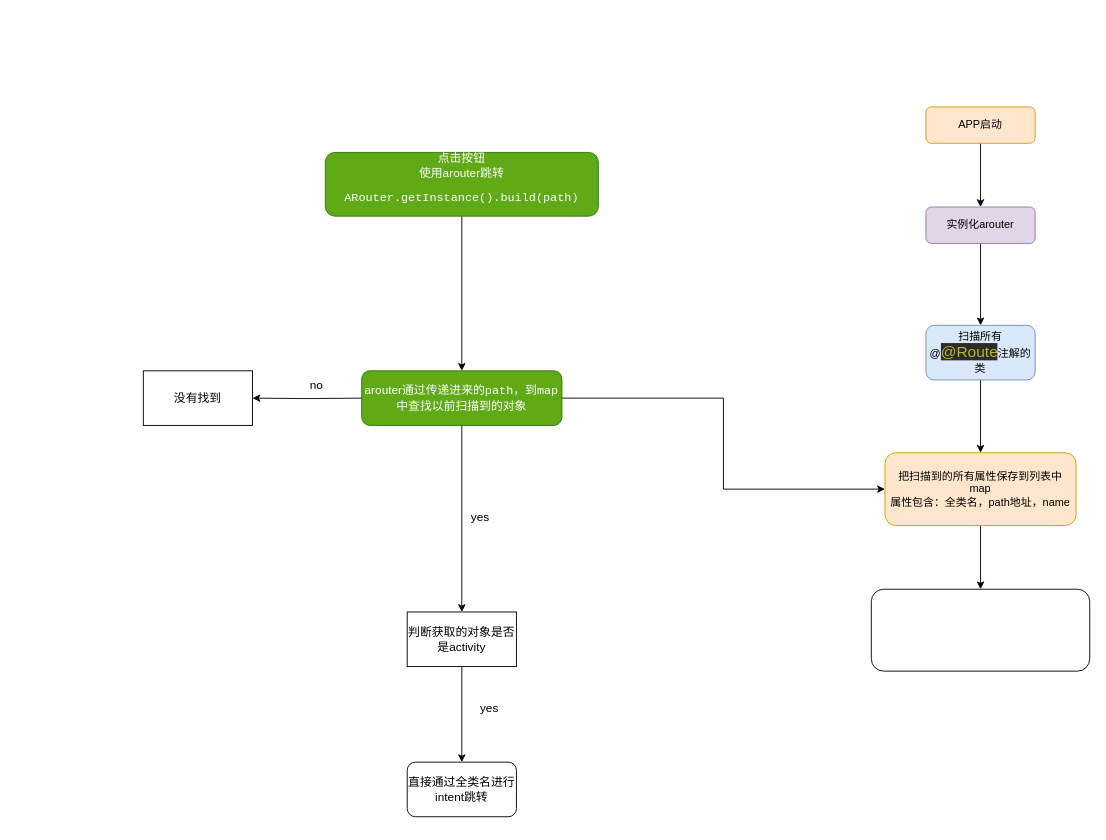
The draw.io diagram 未命名绘图.drawio in lexluthors/untitled1, before the edit. Source tidied: cells renumbered, new cells numbered last; positions are measured from the earlier drawing's top-left corner, leaving out a move shared by most shapes. Both pictures are drawn from the tidied source at 91%, with x=0, y=0 at pixel (143, 106).
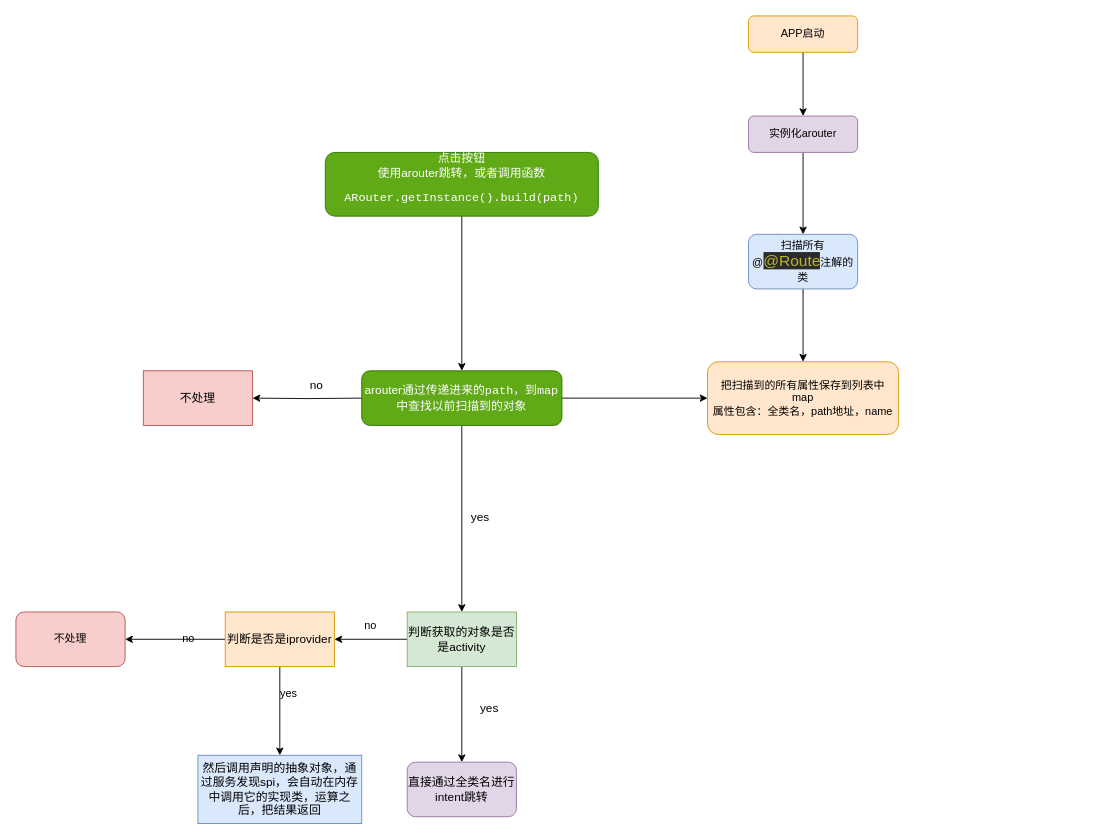
Above is the later version.

Commit message:
更新未命名绘图.drawio

Change to the diagram source:
```diff
@@
     <mxCell id="3" value="APP启动" style="rounded=1;whiteSpace=wrap;html=1;fontSize=12;glass=0;strokeWidth=1;shadow=0;fillColor=#ffe6cc;strokeColor=#d79b00;" parent="1" vertex="1">
-      <mxGeometry x="860" width="120" height="40" as="geometry" />
+      <mxGeometry x="665" y="-100" width="120" height="40" as="geometry" />
     </mxCell>
@@
     <mxCell id="5" value="实例化arouter" style="rounded=1;whiteSpace=wrap;html=1;fontSize=12;glass=0;strokeWidth=1;shadow=0;fillColor=#e1d5e7;strokeColor=#9673a6;" parent="1" vertex="1">
-      <mxGeometry x="860" y="110" width="120" height="40" as="geometry" />
+      <mxGeometry x="665" y="10" width="120" height="40" as="geometry" />
     </mxCell>
@@
     <mxCell id="7" value="扫描所有@&lt;span style=&quot;color: rgb(187 , 181 , 41) ; background-color: rgb(43 , 43 , 43) ; font-size: 12.8pt&quot;&gt;@Route&lt;/span&gt;&lt;span style=&quot;font-family: &amp;#34;helvetica&amp;#34;&quot;&gt;注解的类&lt;/span&gt;" style="rounded=1;whiteSpace=wrap;html=1;fillColor=#dae8fc;strokeColor=#6c8ebf;" parent="1" vertex="1">
-      <mxGeometry x="860" y="240" width="120" height="60" as="geometry" />
+      <mxGeometry x="665" y="140" width="120" height="60" as="geometry" />
     </mxCell>
-    <mxCell id="8" style="edgeStyle=orthogonalEdgeStyle;rounded=0;jettySize=auto;html=1;" parent="1" edge="1" source="9" target="10">
-      <mxGeometry relative="1" as="geometry" />
-    </mxCell>
     <mxCell id="9" value="把扫描到的所有属性保存到列表中&lt;br&gt;map&lt;br&gt;属性包含：全类名，path地址，name" style="whiteSpace=wrap;html=1;rounded=1;fillColor=#ffe6cc;strokeColor=#d79b00;" parent="1" vertex="1">
-      <mxGeometry x="815" y="380" width="210" height="80" as="geometry" />
+      <mxGeometry x="620" y="280" width="210" height="80" as="geometry" />
     </mxCell>
-    <mxCell id="10" style="whiteSpace=wrap;html=1;rounded=1;" parent="1" vertex="1">
-      <mxGeometry x="800" y="530" width="240" height="90" as="geometry" />
-    </mxCell>
@@
-    <mxCell id="12" value="点击按钮&lt;br style=&quot;font-size: 13px&quot;&gt;使用arouter跳转&lt;br style=&quot;font-size: 13px&quot;&gt;&lt;pre style=&quot;font-family: &amp;#34;jetbrains mono&amp;#34; , monospace ; font-size: 13px&quot;&gt;ARouter.getInstance().build(path)&lt;/pre&gt;" style="rounded=1;whiteSpace=wrap;html=1;fontSize=13;fillColor=#60a917;fontColor=#ffffff;strokeColor=#2D7600;" parent="1" vertex="1">
+    <mxCell id="12" value="点击按钮&lt;br style=&quot;font-size: 13px&quot;&gt;使用arouter跳转，或者调用函数&lt;br style=&quot;font-size: 13px&quot;&gt;&lt;pre style=&quot;font-family: &amp;#34;jetbrains mono&amp;#34; , monospace ; font-size: 13px&quot;&gt;ARouter.getInstance().build(path)&lt;/pre&gt;" style="rounded=1;whiteSpace=wrap;html=1;fontSize=13;fillColor=#60a917;fontColor=#ffffff;strokeColor=#2D7600;" parent="1" vertex="1">
       <mxGeometry x="200" y="50" width="300" height="70" as="geometry" />
     </mxCell>
@@
+    <mxCell id="24" style="edgeStyle=orthogonalEdgeStyle;rounded=0;jettySize=auto;html=1;" parent="1" edge="1" source="18" target="27">
+      <mxGeometry relative="1" as="geometry" />
+    </mxCell>
-    <mxCell id="18" value="判断获取的对象是否是activity" style="whiteSpace=wrap;html=1;fontSize=13;fontColor=#000000;labelBackgroundColor=none;" parent="1" vertex="1">
+    <mxCell id="18" value="判断获取的对象是否是activity" style="whiteSpace=wrap;html=1;fontSize=13;labelBackgroundColor=none;fillColor=#d5e8d4;strokeColor=#82b366;" parent="1" vertex="1">
       <mxGeometry x="290" y="555" width="120" height="60" as="geometry" />
     </mxCell>
-    <mxCell id="19" value="没有找到" style="whiteSpace=wrap;html=1;fontSize=13;fontColor=#000000;labelBackgroundColor=none;" parent="1" vertex="1">
+    <mxCell id="19" value="不处理" style="whiteSpace=wrap;html=1;fontSize=13;labelBackgroundColor=none;fillColor=#f8cecc;strokeColor=#b85450;" parent="1" vertex="1">
       <mxGeometry y="290" width="120" height="60" as="geometry" />
     </mxCell>
@@
-    <mxCell id="22" value="直接通过全类名进行intent跳转" style="rounded=1;whiteSpace=wrap;html=1;labelBackgroundColor=none;fontSize=13;fontColor=#000000;" parent="1" vertex="1">
+    <mxCell id="22" value="直接通过全类名进行intent跳转" style="rounded=1;whiteSpace=wrap;html=1;labelBackgroundColor=none;fontSize=13;fillColor=#e1d5e7;strokeColor=#9673a6;" parent="1" vertex="1">
       <mxGeometry x="290" y="720" width="120" height="60" as="geometry" />
     </mxCell>
@@
+    <mxCell id="25" style="edgeStyle=orthogonalEdgeStyle;rounded=0;jettySize=auto;html=1;" parent="1" edge="1" source="27" target="29">
+      <mxGeometry relative="1" as="geometry" />
+    </mxCell>
+    <mxCell id="26" style="edgeStyle=orthogonalEdgeStyle;rounded=0;jettySize=auto;html=1;exitX=0;exitY=0.5;exitDx=0;exitDy=0;entryX=1;entryY=0.5;entryDx=0;entryDy=0;" parent="1" edge="1" source="27" target="32">
+      <mxGeometry relative="1" as="geometry" />
+    </mxCell>
+    <mxCell id="27" value="判断是否是iprovider" style="whiteSpace=wrap;html=1;fontSize=13;labelBackgroundColor=none;fillColor=#ffe6cc;strokeColor=#d79b00;" parent="1" vertex="1">
+      <mxGeometry x="90" y="555" width="120" height="60" as="geometry" />
+    </mxCell>
+    <mxCell id="28" value="no" style="text;html=1;strokeColor=none;fillColor=none;align=center;verticalAlign=middle;whiteSpace=wrap;rounded=0;" parent="1" vertex="1">
+      <mxGeometry x="220" y="555" width="60" height="30" as="geometry" />
+    </mxCell>
+    <mxCell id="29" value="然后调用声明的抽象对象，通过服务发现spi，会自动在内存中调用它的实现类，运算之后，把结果返回" style="whiteSpace=wrap;html=1;fontSize=13;labelBackgroundColor=none;fillColor=#dae8fc;strokeColor=#6c8ebf;" parent="1" vertex="1">
+      <mxGeometry x="60" y="712.5" width="180" height="75" as="geometry" />
+    </mxCell>
+    <mxCell id="30" value="no" style="text;html=1;strokeColor=none;fillColor=none;align=center;verticalAlign=middle;whiteSpace=wrap;rounded=0;" parent="1" vertex="1">
+      <mxGeometry x="20" y="570" width="60" height="30" as="geometry" />
+    </mxCell>
+    <mxCell id="31" value="yes" style="text;html=1;strokeColor=none;fillColor=none;align=center;verticalAlign=middle;whiteSpace=wrap;rounded=0;" parent="1" vertex="1">
+      <mxGeometry x="130" y="630" width="60" height="30" as="geometry" />
+    </mxCell>
+    <mxCell id="32" value="不处理" style="rounded=1;whiteSpace=wrap;html=1;fillColor=#f8cecc;strokeColor=#b85450;" parent="1" vertex="1">
+      <mxGeometry x="-140" y="555" width="120" height="60" as="geometry" />
+    </mxCell>
```
